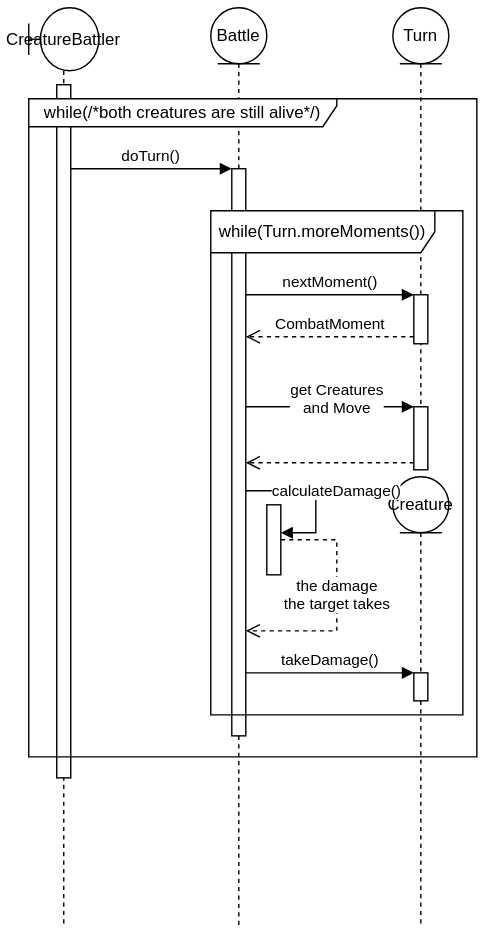
Above: documentation/UML sequence diagram.svg in DuncanSmallwood/CreatureBattler (draw.io), before the change. Source tidied: cells renumbered, new cells last; positions are measured from the earlier drawing's top-left corner, leaving out a move shared by most shapes.
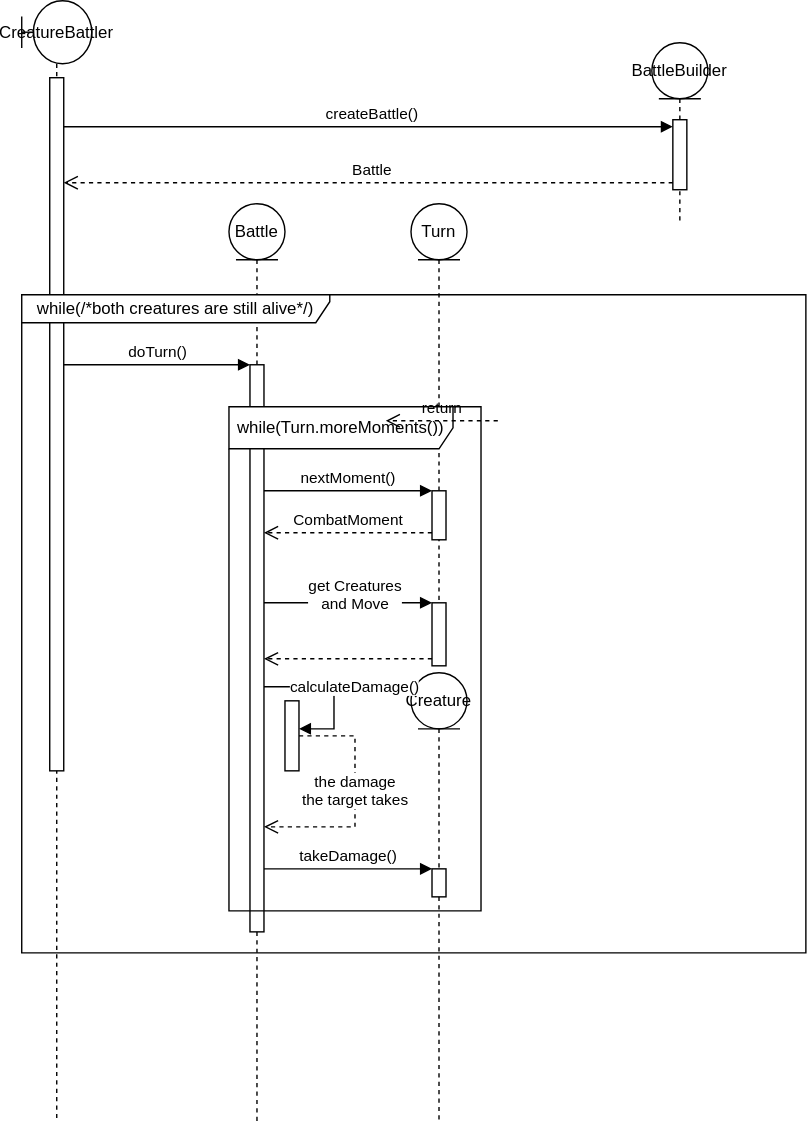
Later version of the same file.

What changed in the source:
```diff
@@ -3,7 +3,7 @@
     <mxCell id="0" />
     <mxCell id="1" parent="0" />
     <mxCell id="2" value="CreatureBattler" style="shape=umlLifeline;perimeter=lifelinePerimeter;whiteSpace=wrap;html=1;newEdgeStyle={&quot;edgeStyle&quot;:&quot;elbowEdgeStyle&quot;,&quot;elbow&quot;:&quot;vertical&quot;,&quot;curved&quot;:0,&quot;rounded&quot;:0};participant=umlBoundary;size=45;" parent="1" vertex="1">
-      <mxGeometry width="50" height="655" as="geometry" />
+      <mxGeometry x="-18" y="-145" width="50" height="800" as="geometry" />
     </mxCell>
     <mxCell id="3" style="html=1;points=[];perimeter=orthogonalPerimeter;outlineConnect=0;targetShapes=umlLifeline;portConstraint=eastwest;newEdgeStyle={&quot;edgeStyle&quot;:&quot;elbowEdgeStyle&quot;,&quot;elbow&quot;:&quot;vertical&quot;,&quot;curved&quot;:0,&quot;rounded&quot;:0};" parent="2" vertex="1">
       <mxGeometry x="20" y="55" width="10" height="495" as="geometry" />
@@ -31,9 +31,9 @@
     </mxCell>
     <mxCell id="11" value="doTurn()" style="html=1;verticalAlign=bottom;endArrow=block;edgeStyle=elbowEdgeStyle;elbow=vertical;curved=0;rounded=0;" parent="1" edge="1" target="5">
       <mxGeometry relative="1" as="geometry">
-        <mxPoint x="30" y="115" as="sourcePoint" />
+        <mxPoint x="12" y="115" as="sourcePoint" />
         <Array as="points">
-          <mxPoint x="70" y="115" />
+          <mxPoint x="52" y="115" />
         </Array>
       </mxGeometry>
     </mxCell>
@@ -100,7 +100,36 @@
       </mxGeometry>
     </mxCell>
     <mxCell id="21" value="while(/*both creatures are still alive*/)" style="shape=umlFrame;whiteSpace=wrap;html=1;width=220;height=20;" parent="1" vertex="1">
-      <mxGeometry y="65" width="320" height="470" as="geometry" />
+      <mxGeometry x="-18" y="65" width="560" height="470" as="geometry" />
     </mxCell>
+    <mxCell id="22" value="BattleBuilder" style="shape=umlLifeline;perimeter=lifelinePerimeter;whiteSpace=wrap;html=1;newEdgeStyle={&quot;edgeStyle&quot;:&quot;elbowEdgeStyle&quot;,&quot;elbow&quot;:&quot;vertical&quot;,&quot;curved&quot;:0,&quot;rounded&quot;:0};participant=umlEntity;" parent="1" vertex="1">
+      <mxGeometry x="432" y="-115" width="40" height="130" as="geometry" />
+    </mxCell>
+    <mxCell id="23" style="html=1;perimeter=orthogonalPerimeter;targetShapes=umlLifeline;newEdgeStyle={&quot;edgeStyle&quot;:&quot;elbowEdgeStyle&quot;,&quot;elbow&quot;:&quot;vertical&quot;,&quot;curved&quot;:0,&quot;rounded&quot;:0};" parent="22" vertex="1">
+      <mxGeometry x="15" y="55" width="10" height="50" as="geometry" />
+    </mxCell>
+    <mxCell id="24" value="createBattle()" style="html=1;verticalAlign=bottom;endArrow=block;edgeStyle=elbowEdgeStyle;elbow=vertical;curved=0;rounded=0;" parent="1" edge="1">
+      <mxGeometry x="0.01" relative="1" as="geometry">
+        <mxPoint x="12" y="-55" as="sourcePoint" />
+        <mxPoint x="447" y="-55" as="targetPoint" />
+        <Array as="points">
+          <mxPoint x="52" y="-55" />
+        </Array>
+      </mxGeometry>
+    </mxCell>
+    <mxCell id="25" value="return" style="html=1;verticalAlign=bottom;endArrow=open;dashed=1;endSize=8;edgeStyle=sequenceEdgeStyle;libavoidRouting=0;curved=0;rounded=0;defaultLabelBackgroundColor=page;labelPadding=0 4;" parent="1" edge="1">
+      <mxGeometry relative="1" as="geometry">
+        <mxPoint x="322" y="155" as="sourcePoint" />
+        <mxPoint x="242" y="155" as="targetPoint" />
+      </mxGeometry>
+    </mxCell>
+    <mxCell id="26" value="Battle" style="html=1;verticalAlign=bottom;endArrow=open;dashed=1;endSize=8;edgeStyle=sequenceEdgeStyle;libavoidRouting=0;curved=0;rounded=0;defaultLabelBackgroundColor=page;labelPadding=0 4;" parent="1" edge="1" target="3">
+      <mxGeometry x="-0.01" relative="1" as="geometry">
+        <mxPoint x="447" y="-15" as="sourcePoint" />
+        <Array as="points">
+          <mxPoint x="407" y="-15" />
+        </Array>
+      </mxGeometry>
+    </mxCell>
   </root>
 </mxGraphModel>
```
